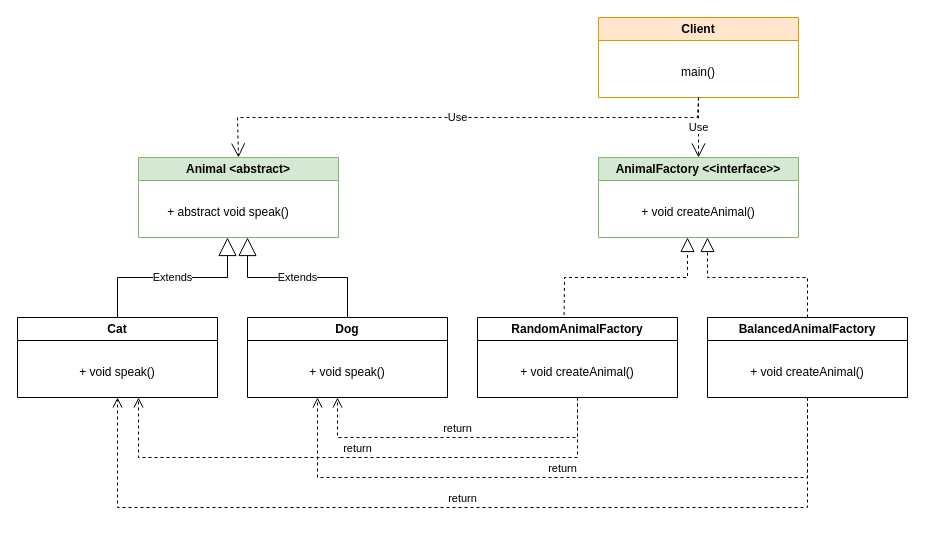
Above: Creational/Factory/example2-uml.drawio in SubhamAshok/Design-Patterns (draw.io), before the change. Source tidied: cells renumbered, new cells numbered last; positions are measured from the earlier drawing's top-left corner, leaving out a move shared by most shapes. Both pictures are drawn from the tidied source at 100%, with x=0, y=0 at pixel (17, 17).
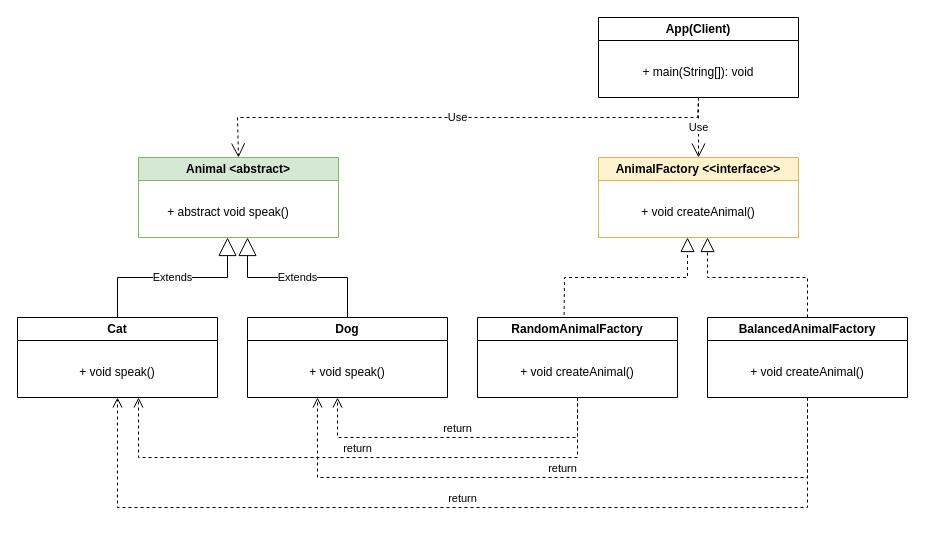
After the change.

The edit, as a diff of the source:
```diff
@@
-    <mxCell id="10" value="AnimalFactory &amp;lt;&amp;lt;interface&amp;gt;&amp;gt;" style="swimlane;whiteSpace=wrap;html=1;fillColor=#d5e8d4;strokeColor=#82b366;" parent="1" vertex="1">
+    <mxCell id="10" value="AnimalFactory &amp;lt;&amp;lt;interface&amp;gt;&amp;gt;" style="swimlane;whiteSpace=wrap;html=1;fillColor=#fff2cc;strokeColor=#d6b656;" parent="1" vertex="1">
       <mxGeometry x="581" y="140" width="200" height="80" as="geometry" />
     </mxCell>
@@
-    <mxCell id="14" value="Client" style="swimlane;whiteSpace=wrap;html=1;fillColor=#ffe6cc;strokeColor=#d79b00;" parent="1" vertex="1">
+    <mxCell id="14" value="App(Client)" style="swimlane;whiteSpace=wrap;html=1;" parent="1" vertex="1">
       <mxGeometry x="581" width="200" height="80" as="geometry" />
     </mxCell>
-    <mxCell id="15" value="main()" style="text;html=1;strokeColor=none;fillColor=none;align=center;verticalAlign=middle;whiteSpace=wrap;rounded=0;" parent="14" vertex="1">
+    <mxCell id="15" value="+ main(String[]): void" style="text;html=1;strokeColor=none;fillColor=none;align=center;verticalAlign=middle;whiteSpace=wrap;rounded=0;" parent="14" vertex="1">
       <mxGeometry x="20" y="40" width="160" height="30" as="geometry" />
     </mxCell>
```
